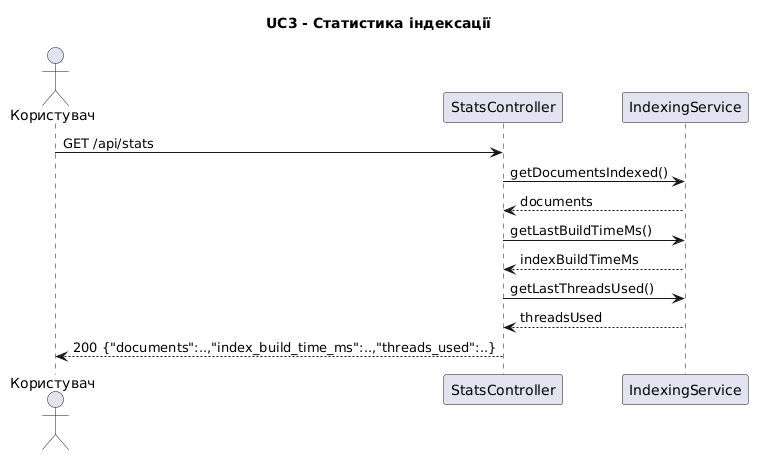
Earlier version of the PlantUML export docs/uml/05_seq_uc3_stats.png (KovalSS/distributed-search-pipeline).
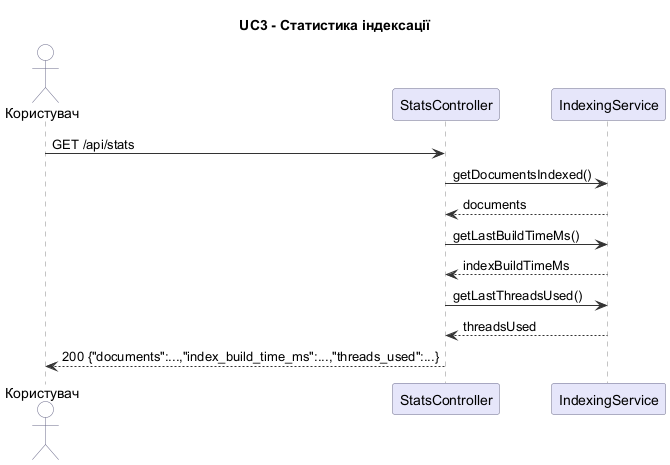
Later version of the same file.

The edit, as a diff of the source:
```diff
@@ -1,15 +1,26 @@
 @startuml
 title UC3 - Статистика індексації
+autonumber stop
+
+skinparam sequence {
+  ParticipantBackgroundColor #E6E6FA
+  ParticipantBorderColor #686888
+  ActorBackgroundColor #FFFFFF
+  ActorBorderColor #686888
+  ArrowColor #333333
+  LifeLineBorderColor #888888
+}
+
 actor Користувач
 participant StatsController
 participant IndexingService
 
-Користувач -> StatsController : GET /api/stats
-StatsController -> IndexingService : getDocumentsIndexed()
-IndexingService --> StatsController : documents
-StatsController -> IndexingService : getLastBuildTimeMs()
-IndexingService --> StatsController : indexBuildTimeMs
-StatsController -> IndexingService : getLastThreadsUsed()
-IndexingService --> StatsController : threadsUsed
-StatsController --> Користувач : 200 {"documents":..,"index_build_time_ms":..,"threads_used":..}
+Користувач -> StatsController: GET /api/stats
+StatsController -> IndexingService: getDocumentsIndexed()
+IndexingService --> StatsController: documents
+StatsController -> IndexingService: getLastBuildTimeMs()
+IndexingService --> StatsController: indexBuildTimeMs
+StatsController -> IndexingService: getLastThreadsUsed()
+IndexingService --> StatsController: threadsUsed
+StatsController --> Користувач: 200 {"documents":...,"index_build_time_ms":...,"threads_used":...}
 @enduml
```
